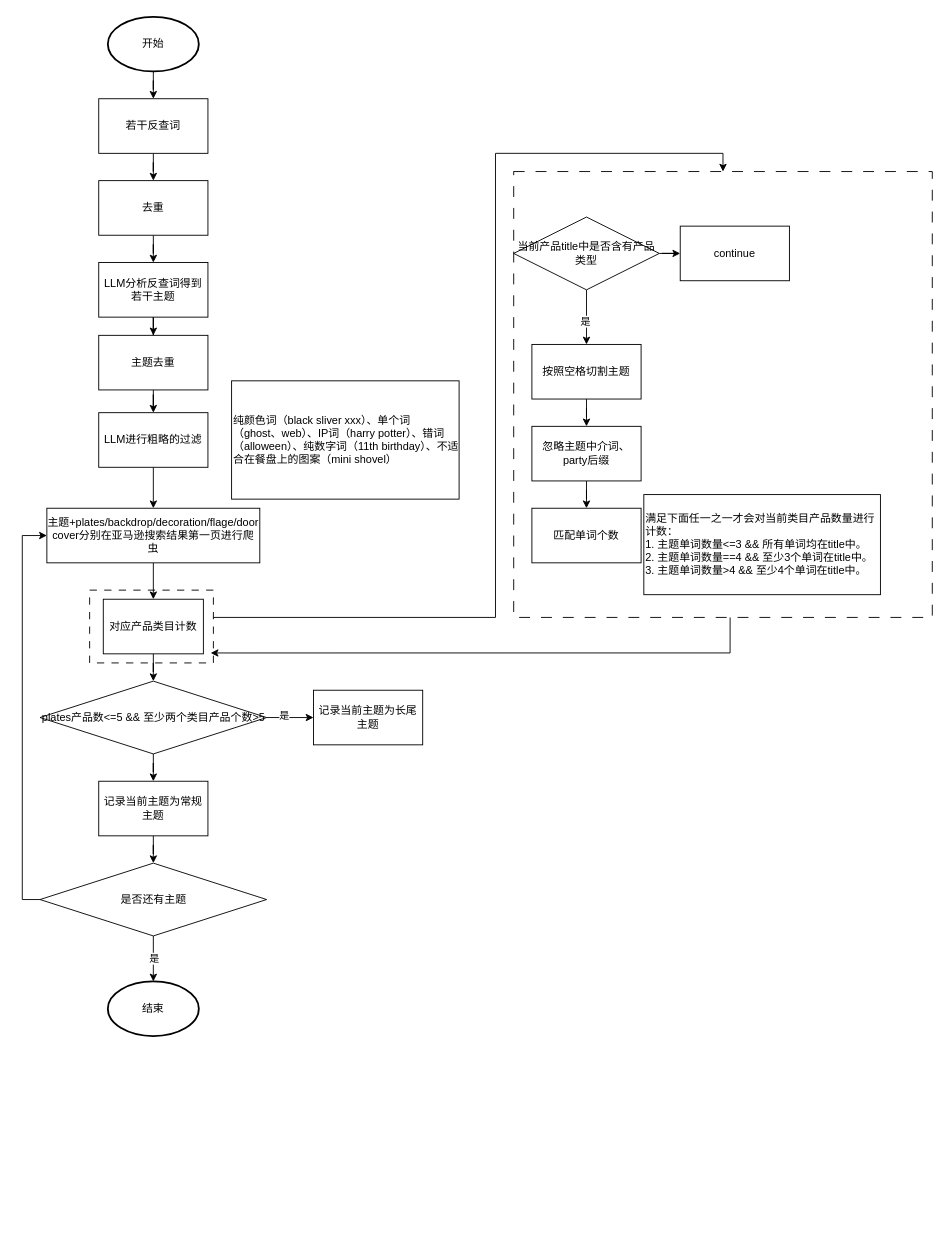
Before: 长尾词判断流程.drawio in sinzyh/draw.io, a draw.io diagram. Source tidied: cells renumbered, new cells numbered last; positions are measured from the earlier drawing's top-left corner, leaving out a move shared by most shapes. Both pictures are drawn from the tidied source at 91%, with x=0, y=0 at pixel (22, 16).
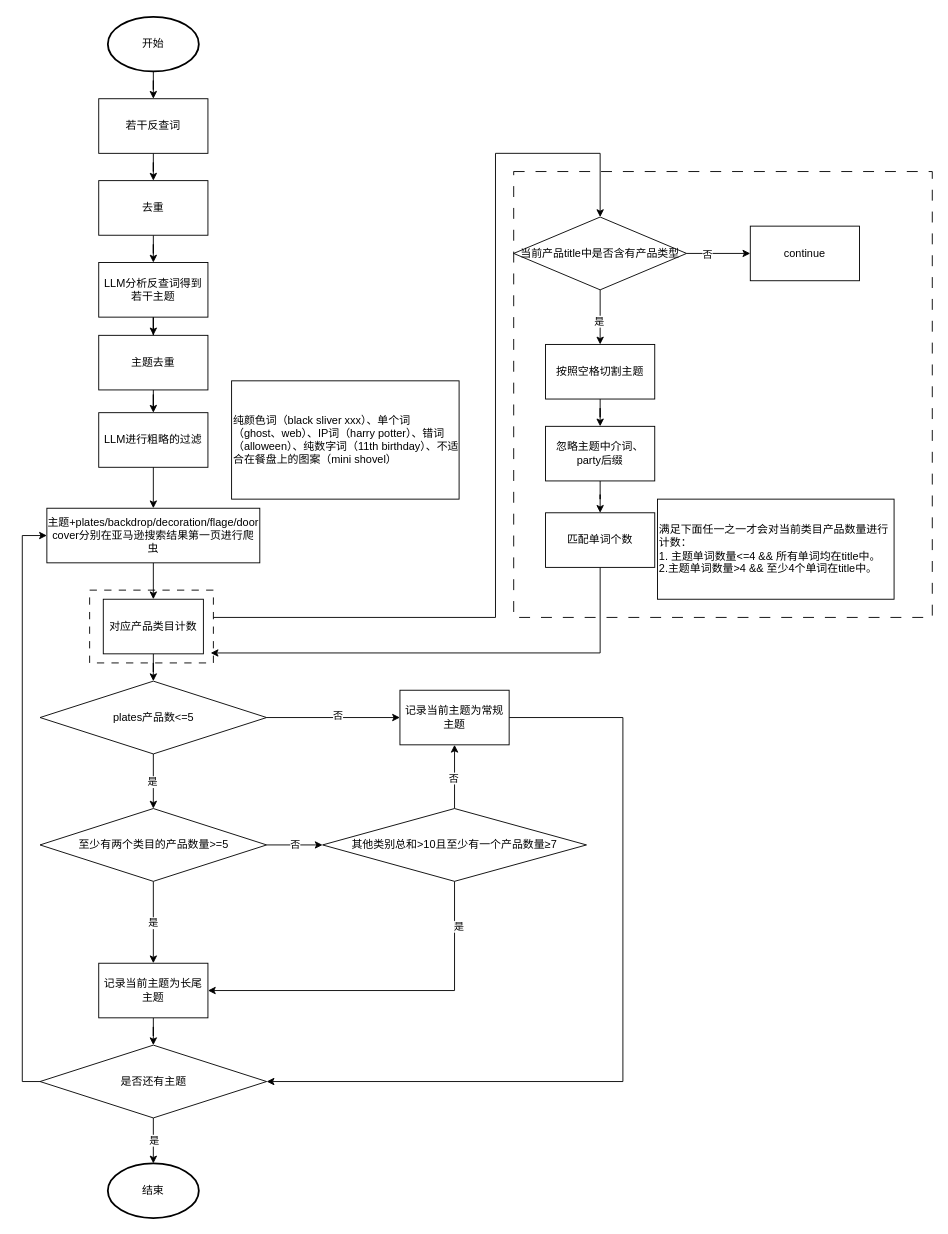
The same diagram, later.

Commit message:
已添加 长尾词判断流程.drawio

The change refers to these unchanged cells:
```xml
<mxCell id="14" value="主题+plates/backdrop/decoration/flage/door cover分别在亚马逊搜索结果第一页进行爬虫" style="rounded=0;whiteSpace=wrap;html=1;" parent="1" vertex="1">
  <mxGeometry x="27" y="540" width="234" height="60" as="geometry" />
</mxCell>
<mxCell id="31" value="对应产品类目计数" style="rounded=0;whiteSpace=wrap;html=1;" parent="1" vertex="1">
  <mxGeometry x="89" y="640" width="110" height="60" as="geometry" />
</mxCell>
```

Diff of the diagram source:
```diff
@@
+    <mxCell id="49" style="whiteSpace=wrap;html=1;fillColor=none;dashed=1;dashPattern=12 12;" parent="1" vertex="1">
+      <mxGeometry x="540" y="170" width="460" height="490" as="geometry" />
+    </mxCell>
@@
-    <mxCell id="4" style="group;" parent="1" vertex="1">
-      <mxGeometry x="84" y="400" width="396" height="130" as="geometry" />
-    </mxCell>
+    <mxCell id="50" style="group;" parent="1" vertex="1">
+      <mxGeometry x="84" y="400" width="396" height="130" as="geometry" />
+    </mxCell>
-    <mxCell id="5" value="LLM进行粗略的过滤" style="rounded=0;whiteSpace=wrap;html=1;" parent="4" vertex="1">
+    <mxCell id="5" value="LLM进行粗略的过滤" style="rounded=0;whiteSpace=wrap;html=1;" parent="50" vertex="1">
       <mxGeometry y="35" width="120" height="60" as="geometry" />
     </mxCell>
-    <mxCell id="6" value="纯颜色词（black sliver xxx）、单个词（ghost、web）、IP词（harry potter）、错词（alloween）、纯数字词（11th birthday）、不适合在餐盘上的图案（mini shovel）" style="text;html=1;whiteSpace=wrap;strokeColor=default;fillColor=none;align=left;verticalAlign=middle;rounded=0;" parent="4" vertex="1">
+    <mxCell id="6" value="纯颜色词（black sliver xxx）、单个词（ghost、web）、IP词（harry potter）、错词（alloween）、纯数字词（11th birthday）、不适合在餐盘上的图案（mini shovel）" style="text;html=1;whiteSpace=wrap;strokeColor=default;fillColor=none;align=left;verticalAlign=middle;rounded=0;" parent="50" vertex="1">
       <mxGeometry x="146" width="250" height="130" as="geometry" />
     </mxCell>
@@
-    <mxCell id="16" style="edgeStyle=orthogonalEdgeStyle;rounded=0;jettySize=auto;html=1;" parent="1" edge="1" source="19" target="20">
-      <mxGeometry relative="1" as="geometry" />
-    </mxCell>
-    <mxCell id="17" value="是" style="edgeLabel;html=1;align=center;verticalAlign=middle;" parent="16" vertex="1">
-      <mxGeometry x="-0.32" y="3" relative="1" as="geometry">
-        <mxPoint x="1" as="offset" />
-      </mxGeometry>
-    </mxCell>
-    <mxCell id="18" style="edgeStyle=orthogonalEdgeStyle;rounded=0;jettySize=auto;html=1;" parent="1" edge="1" source="19" target="26">
-      <mxGeometry relative="1" as="geometry" />
-    </mxCell>
-    <mxCell id="19" value="plates产品数&amp;lt;=5 &amp;amp;&amp;amp; 至少两个类目产品个数&amp;gt;5" style="rhombus;whiteSpace=wrap;html=1;rounded=0;" parent="1" vertex="1">
-      <mxGeometry x="19.5" y="730" width="249" height="80" as="geometry" />
-    </mxCell>
-    <mxCell id="20" value="记录当前主题为长尾主题" style="whiteSpace=wrap;html=1;rounded=0;" parent="1" vertex="1">
-      <mxGeometry x="320" y="740" width="120" height="60" as="geometry" />
-    </mxCell>
-    <mxCell id="21" style="edgeStyle=orthogonalEdgeStyle;rounded=0;jettySize=auto;html=1;" parent="1" edge="1" source="24">
-      <mxGeometry relative="1" as="geometry">
-        <mxPoint x="144" y="1060" as="targetPoint" />
-      </mxGeometry>
-    </mxCell>
-    <mxCell id="22" value="是" style="edgeLabel;html=1;align=center;verticalAlign=middle;" parent="21" vertex="1">
-      <mxGeometry y="1" relative="1" as="geometry" />
-    </mxCell>
+    <mxCell id="51" style="edgeStyle=orthogonalEdgeStyle;rounded=0;jettySize=auto;html=1;" parent="1" edge="1" source="55" target="26">
+      <mxGeometry relative="1" as="geometry" />
+    </mxCell>
+    <mxCell id="52" value="否" style="edgeLabel;html=1;align=center;verticalAlign=middle;" parent="51" vertex="1">
+      <mxGeometry x="0.07" y="3" relative="1" as="geometry" />
+    </mxCell>
+    <mxCell id="53" style="edgeStyle=orthogonalEdgeStyle;rounded=0;jettySize=auto;html=1;" parent="1" edge="1" source="55" target="70">
+      <mxGeometry relative="1" as="geometry" />
+    </mxCell>
+    <mxCell id="54" value="是" style="edgeLabel;html=1;align=center;verticalAlign=middle;" parent="53" vertex="1">
+      <mxGeometry y="-2" relative="1" as="geometry" />
+    </mxCell>
+    <mxCell id="55" value="plates产品数&amp;lt;=5" style="rhombus;whiteSpace=wrap;html=1;rounded=0;" parent="1" vertex="1">
+      <mxGeometry x="19.5" y="730" width="249" height="80" as="geometry" />
+    </mxCell>
+    <mxCell id="25" style="edgeStyle=orthogonalEdgeStyle;rounded=0;jettySize=auto;html=1;entryX=1;entryY=0.5;entryDx=0;entryDy=0;" parent="1" edge="1" source="26" target="24">
+      <mxGeometry relative="1" as="geometry">
+        <Array as="points">
+          <mxPoint x="660" y="770" />
+          <mxPoint x="660" y="1170" />
+        </Array>
+      </mxGeometry>
+    </mxCell>
+    <mxCell id="26" value="记录当前主题为常规主题" style="whiteSpace=wrap;html=1;rounded=0;" parent="1" vertex="1">
+      <mxGeometry x="415" y="740" width="120" height="60" as="geometry" />
+    </mxCell>
+    <mxCell id="56" style="edgeStyle=orthogonalEdgeStyle;rounded=0;jettySize=auto;html=1;" parent="1" edge="1" source="24">
+      <mxGeometry relative="1" as="geometry">
+        <mxPoint x="144" y="1260" as="targetPoint" />
+      </mxGeometry>
+    </mxCell>
+    <mxCell id="57" value="是" style="edgeLabel;html=1;align=center;verticalAlign=middle;" parent="56" vertex="1">
+      <mxGeometry y="1" relative="1" as="geometry" />
+    </mxCell>
-    <mxCell id="23" style="edgeStyle=orthogonalEdgeStyle;rounded=0;jettySize=auto;html=1;entryX=0;entryY=0.5;entryDx=0;entryDy=0;exitX=0;exitY=0.5;exitDx=0;exitDy=0;" parent="1" edge="1" source="24" target="14">
+    <mxCell id="23" style="edgeStyle=orthogonalEdgeStyle;rounded=0;jettySize=auto;html=1;entryX=0;entryY=0.5;entryDx=0;entryDy=0;" parent="1" edge="1" source="24" target="14">
       <mxGeometry relative="1" as="geometry">
         <Array as="points">
-          <mxPoint y="970" />
+          <mxPoint y="1170" />
           <mxPoint y="570" />
         </Array>
       </mxGeometry>
     </mxCell>
     <mxCell id="24" value="是否还有主题" style="rhombus;whiteSpace=wrap;html=1;rounded=0;" parent="1" vertex="1">
-      <mxGeometry x="19.5" y="930" width="249" height="80" as="geometry" />
+      <mxGeometry x="19.5" y="1130" width="249" height="80" as="geometry" />
     </mxCell>
-    <mxCell id="25" style="edgeStyle=orthogonalEdgeStyle;rounded=0;jettySize=auto;html=1;" parent="1" edge="1" source="26" target="24">
-      <mxGeometry relative="1" as="geometry" />
-    </mxCell>
-    <mxCell id="26" value="记录当前主题为常规主题" style="whiteSpace=wrap;html=1;rounded=0;" parent="1" vertex="1">
-      <mxGeometry x="84" y="840" width="120" height="60" as="geometry" />
-    </mxCell>
+    <mxCell id="58" style="edgeStyle=orthogonalEdgeStyle;rounded=0;jettySize=auto;html=1;" parent="1" edge="1" source="20" target="24">
+      <mxGeometry relative="1" as="geometry" />
+    </mxCell>
+    <mxCell id="20" value="记录当前主题为长尾主题" style="whiteSpace=wrap;html=1;rounded=0;" parent="1" vertex="1">
+      <mxGeometry x="84" y="1040" width="120" height="60" as="geometry" />
+    </mxCell>
     <mxCell id="27" value="结束" style="strokeWidth=2;html=1;shape=mxgraph.flowchart.start_1;whiteSpace=wrap;" parent="1" vertex="1">
-      <mxGeometry x="94" y="1060" width="100" height="60" as="geometry" />
+      <mxGeometry x="94" y="1260" width="100" height="60" as="geometry" />
     </mxCell>
@@
-    <mxCell id="30" style="edgeStyle=orthogonalEdgeStyle;rounded=0;jettySize=auto;html=1;" parent="1" edge="1" source="31" target="19">
-      <mxGeometry relative="1" as="geometry" />
-    </mxCell>
+    <mxCell id="59" style="edgeStyle=orthogonalEdgeStyle;rounded=0;jettySize=auto;html=1;" parent="1" edge="1" source="31" target="55">
+      <mxGeometry relative="1" as="geometry" />
+    </mxCell>
@@
-    <mxCell id="32" style="whiteSpace=wrap;html=1;fillStyle=auto;dashed=1;dashPattern=8 8;fillColor=none;" parent="1" vertex="1">
-      <mxGeometry x="74" y="630" width="136" height="80" as="geometry" />
-    </mxCell>
-    <mxCell id="33" style="edgeStyle=orthogonalEdgeStyle;rounded=0;jettySize=auto;html=1;entryX=0.5;entryY=0;entryDx=0;entryDy=0;" parent="1" edge="1" source="32" target="47">
-      <mxGeometry relative="1" as="geometry">
-        <Array as="points">
-          <mxPoint x="520" y="660" />
-          <mxPoint x="520" y="150" />
-          <mxPoint x="770" y="150" />
-        </Array>
-      </mxGeometry>
-    </mxCell>
-    <mxCell id="34" style="group;" parent="1" vertex="1">
-      <mxGeometry x="540" y="220" width="430.5" height="450" as="geometry" />
-    </mxCell>
+    <mxCell id="60" style="whiteSpace=wrap;html=1;fillStyle=auto;dashed=1;dashPattern=8 8;fillColor=none;" parent="1" vertex="1">
+      <mxGeometry x="74" y="630" width="136" height="80" as="geometry" />
+    </mxCell>
+    <mxCell id="61" style="edgeStyle=orthogonalEdgeStyle;rounded=0;jettySize=auto;html=1;" parent="1" edge="1" source="60">
+      <mxGeometry relative="1" as="geometry">
+        <mxPoint x="635" y="220" as="targetPoint" />
+        <Array as="points">
+          <mxPoint x="520" y="660" />
+          <mxPoint x="520" y="150" />
+          <mxPoint x="635" y="150" />
+        </Array>
+      </mxGeometry>
+    </mxCell>
+    <mxCell id="62" style="edgeStyle=orthogonalEdgeStyle;rounded=0;jettySize=auto;html=1;entryX=0.978;entryY=0.863;entryDx=0;entryDy=0;entryPerimeter=0;exitX=0.5;exitY=1;exitDx=0;exitDy=0;" parent="1" edge="1" source="44" target="60">
+      <mxGeometry relative="1" as="geometry">
+        <Array as="points">
+          <mxPoint x="635" y="699" />
+        </Array>
+      </mxGeometry>
+    </mxCell>
-    <mxCell id="35" style="edgeStyle=orthogonalEdgeStyle;rounded=0;jettySize=auto;html=1;" parent="34" edge="1" source="36" target="44">
+    <mxCell id="35" style="edgeStyle=orthogonalEdgeStyle;rounded=0;jettySize=auto;html=1;" parent="1" edge="1" source="36" target="44">
       <mxGeometry relative="1" as="geometry" />
     </mxCell>
-    <mxCell id="36" value="忽略主题中介词、party后缀" style="whiteSpace=wrap;html=1;" parent="34" vertex="1">
-      <mxGeometry x="20" y="230" width="120" height="60" as="geometry" />
+    <mxCell id="36" value="忽略主题中介词、party后缀" style="whiteSpace=wrap;html=1;" parent="1" vertex="1">
+      <mxGeometry x="575" y="450" width="120" height="60" as="geometry" />
     </mxCell>
-    <mxCell id="37" style="edgeStyle=orthogonalEdgeStyle;rounded=0;jettySize=auto;html=1;" parent="34" edge="1" source="38" target="36">
+    <mxCell id="37" style="edgeStyle=orthogonalEdgeStyle;rounded=0;jettySize=auto;html=1;" parent="1" edge="1" source="38" target="36">
       <mxGeometry relative="1" as="geometry" />
     </mxCell>
-    <mxCell id="38" value="按照空格切割主题" style="whiteSpace=wrap;html=1;" parent="34" vertex="1">
-      <mxGeometry x="20" y="140" width="120" height="60" as="geometry" />
+    <mxCell id="38" value="按照空格切割主题" style="whiteSpace=wrap;html=1;" parent="1" vertex="1">
+      <mxGeometry x="575" y="360" width="120" height="60" as="geometry" />
     </mxCell>
-    <mxCell id="39" style="edgeStyle=orthogonalEdgeStyle;rounded=0;jettySize=auto;html=1;" parent="34" edge="1" source="42" target="38">
+    <mxCell id="39" style="edgeStyle=orthogonalEdgeStyle;rounded=0;jettySize=auto;html=1;" parent="1" edge="1" source="42" target="38">
       <mxGeometry relative="1" as="geometry" />
     </mxCell>
-    <mxCell id="40" value="是" style="edgeLabel;html=1;align=center;verticalAlign=middle;" parent="39" vertex="1">
-      <mxGeometry x="0.12" y="-2" relative="1" as="geometry" />
-    </mxCell>
+    <mxCell id="63" value="是" style="edgeLabel;html=1;align=center;verticalAlign=middle;" parent="39" vertex="1">
+      <mxGeometry x="0.12" y="-2" relative="1" as="geometry" />
+    </mxCell>
-    <mxCell id="41" style="edgeStyle=orthogonalEdgeStyle;rounded=0;jettySize=auto;html=1;" parent="34" edge="1" source="42" target="46">
+    <mxCell id="41" style="edgeStyle=orthogonalEdgeStyle;rounded=0;jettySize=auto;html=1;" parent="1" edge="1" source="42" target="46">
       <mxGeometry relative="1" as="geometry" />
     </mxCell>
+    <mxCell id="64" value="否" style="edgeLabel;html=1;align=center;verticalAlign=middle;" parent="41" vertex="1">
+      <mxGeometry x="-0.37" y="-1" relative="1" as="geometry" />
+    </mxCell>
-    <mxCell id="42" value="当前产品title中是否含有产品类型" style="rhombus;whiteSpace=wrap;html=1;" parent="34" vertex="1">
-      <mxGeometry width="160" height="80" as="geometry" />
+    <mxCell id="42" value="当前产品title中是否含有产品类型" style="rhombus;whiteSpace=wrap;html=1;" parent="1" vertex="1">
+      <mxGeometry x="540" y="220" width="190" height="80" as="geometry" />
     </mxCell>
-    <mxCell id="43" style="group;" parent="34" vertex="1">
-      <mxGeometry x="20" y="305" width="383" height="110" as="geometry" />
-    </mxCell>
+    <mxCell id="65" style="group;" parent="1" vertex="1">
+      <mxGeometry x="575" y="530" width="383" height="110" as="geometry" />
+    </mxCell>
-    <mxCell id="44" value="匹配单词个数" style="whiteSpace=wrap;html=1;" parent="43" vertex="1">
+    <mxCell id="44" value="匹配单词个数" style="whiteSpace=wrap;html=1;" parent="65" vertex="1">
       <mxGeometry y="15" width="120" height="60" as="geometry" />
     </mxCell>
-    <mxCell id="45" value="满足下面任一之一才会对当前类目产品数量进行计数：&lt;div&gt;1. 主题单词数量&amp;lt;=3 &amp;amp;&amp;amp; 所有单词均在title中。&lt;/div&gt;&lt;div&gt;2. 主题单词数量==4 &amp;amp;&amp;amp; 至少3个单词在title中。&lt;/div&gt;&lt;div&gt;3. 主题单词数量&amp;gt;4 &amp;amp;&amp;amp; 至少4个单词在title中。&lt;/div&gt;" style="text;html=1;whiteSpace=wrap;strokeColor=default;fillColor=none;align=left;verticalAlign=middle;rounded=0;" parent="43" vertex="1">
-      <mxGeometry x="123" width="260" height="110" as="geometry" />
-    </mxCell>
+    <mxCell id="66" value="满足下面任一之一才会对当前类目产品数量进行计数：&lt;div&gt;1. 主题单词数量&amp;lt;=4 &amp;amp;&amp;amp; 所有单词均在title中。&lt;/div&gt;&lt;div&gt;2.&lt;span style=&quot;background-color: transparent; color: light-dark(rgb(0, 0, 0), rgb(255, 255, 255));&quot;&gt;主题单词数量&amp;gt;4 &amp;amp;&amp;amp; 至少4个单词在title中。&lt;/span&gt;&lt;/div&gt;" style="text;html=1;whiteSpace=wrap;strokeColor=default;fillColor=none;align=left;verticalAlign=middle;rounded=0;" parent="65" vertex="1">
+      <mxGeometry x="123" width="260" height="110" as="geometry" />
+    </mxCell>
-    <mxCell id="46" value="continue" style="whiteSpace=wrap;html=1;" parent="34" vertex="1">
-      <mxGeometry x="183" y="10" width="120" height="60" as="geometry" />
+    <mxCell id="46" value="continue" style="whiteSpace=wrap;html=1;" parent="1" vertex="1">
+      <mxGeometry x="800" y="230" width="120" height="60" as="geometry" />
     </mxCell>
-    <mxCell id="47" style="whiteSpace=wrap;html=1;fillColor=none;dashed=1;dashPattern=12 12;" parent="34" vertex="1">
-      <mxGeometry y="-50" width="460" height="490" as="geometry" />
-    </mxCell>
-    <mxCell id="48" style="edgeStyle=orthogonalEdgeStyle;rounded=0;jettySize=auto;html=1;entryX=0.978;entryY=0.863;entryDx=0;entryDy=0;entryPerimeter=0;exitX=0.517;exitY=1;exitDx=0;exitDy=0;exitPerimeter=0;" parent="1" edge="1" source="47" target="32">
-      <mxGeometry relative="1" as="geometry">
-        <Array as="points">
-          <mxPoint x="778" y="699" />
-        </Array>
-      </mxGeometry>
-    </mxCell>
+    <mxCell id="67" value="否" style="edgeStyle=orthogonalEdgeStyle;rounded=0;jettySize=auto;html=1;" parent="1" edge="1" source="70" target="75">
+      <mxGeometry relative="1" as="geometry" />
+    </mxCell>
+    <mxCell id="68" style="edgeStyle=orthogonalEdgeStyle;rounded=0;jettySize=auto;html=1;" parent="1" edge="1" source="70" target="20">
+      <mxGeometry relative="1" as="geometry" />
+    </mxCell>
+    <mxCell id="69" value="是" style="edgeLabel;html=1;align=center;verticalAlign=middle;" parent="68" vertex="1">
+      <mxGeometry y="-1" relative="1" as="geometry" />
+    </mxCell>
+    <mxCell id="70" value="至少有两个类目的产品数量&amp;gt;=5" style="rhombus;whiteSpace=wrap;html=1;rounded=0;" parent="1" vertex="1">
+      <mxGeometry x="19.5" y="870" width="249" height="80" as="geometry" />
+    </mxCell>
+    <mxCell id="71" style="edgeStyle=orthogonalEdgeStyle;rounded=0;jettySize=auto;html=1;entryX=1;entryY=0.5;entryDx=0;entryDy=0;" parent="1" edge="1" source="75" target="20">
+      <mxGeometry relative="1" as="geometry">
+        <Array as="points">
+          <mxPoint x="475" y="1070" />
+        </Array>
+      </mxGeometry>
+    </mxCell>
+    <mxCell id="72" value="是" style="edgeLabel;html=1;align=center;verticalAlign=middle;" parent="71" vertex="1">
+      <mxGeometry x="-0.75" y="4" relative="1" as="geometry" />
+    </mxCell>
+    <mxCell id="73" style="edgeStyle=orthogonalEdgeStyle;rounded=0;jettySize=auto;html=1;" parent="1" edge="1" source="75" target="26">
+      <mxGeometry relative="1" as="geometry" />
+    </mxCell>
+    <mxCell id="74" value="否" style="edgeLabel;html=1;align=center;verticalAlign=middle;" parent="73" vertex="1">
+      <mxGeometry x="-0.03" y="2" relative="1" as="geometry" />
+    </mxCell>
+    <mxCell id="75" value="其他类别总和&amp;gt;10且至少有一个产品数量≥7" style="rhombus;whiteSpace=wrap;html=1;rounded=0;" parent="1" vertex="1">
+      <mxGeometry x="330" y="870" width="290" height="80" as="geometry" />
+    </mxCell>
```
